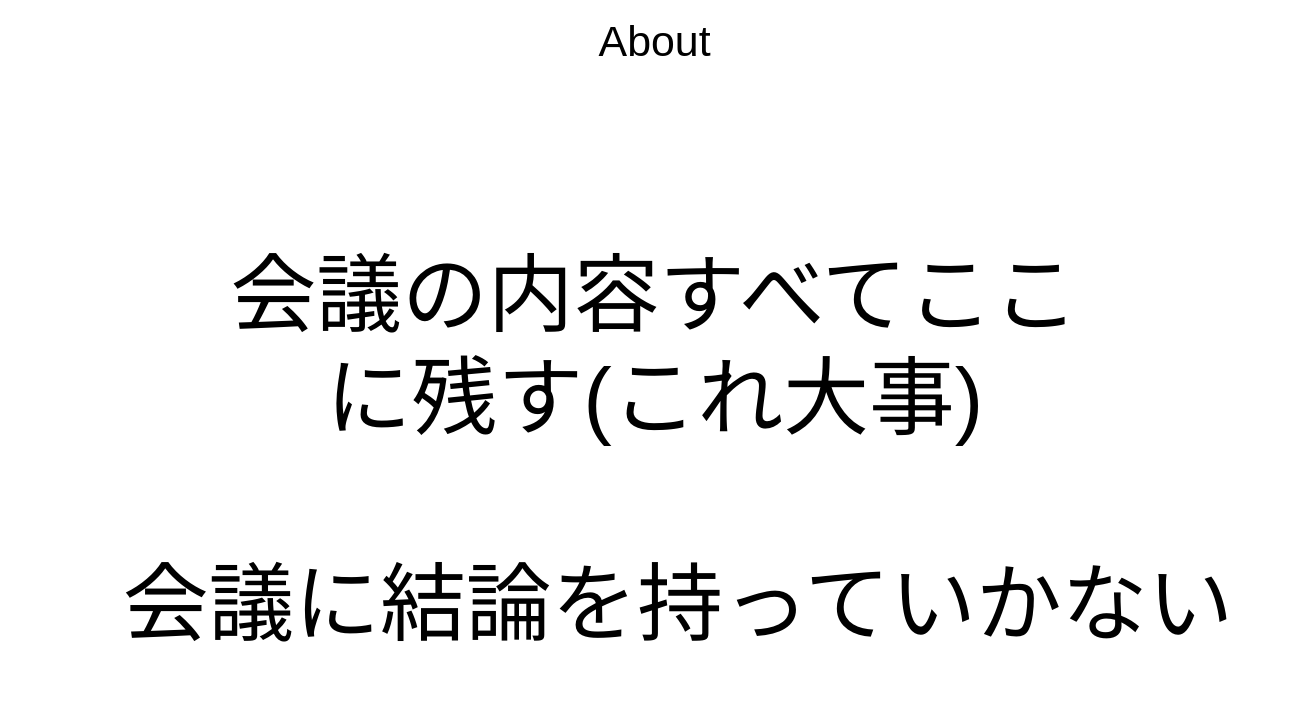
This is page "概要" (1 of 2) of Doc/会議ログ.drawio from 3doriTea/VRTea, a draw.io file, before an edit. Source tidied: cells renumbered, new cells numbered last; positions are measured from the earlier drawing's top-left corner, leaving out a move shared by most shapes. Both pictures are drawn from the tidied source at 67%, with x=0, y=0 at pixel (11, 11).
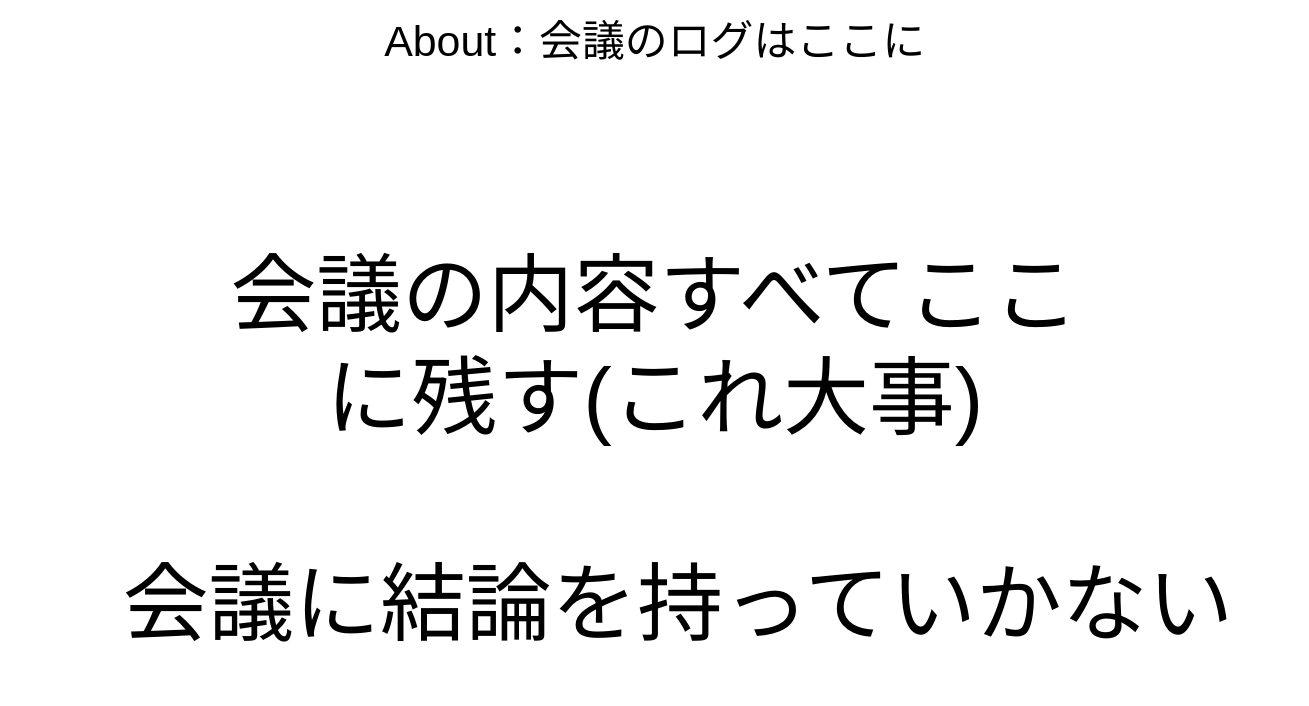
After the change.

Commit message (it also covers changes not shown here):
会議ログ.drawio を更新します

Change to the diagram source:
```diff
@@
 <mxGraphModel>
   <root>
     <mxCell id="0" />
     <mxCell id="1" parent="0" />
-    <mxCell id="2" value="About" style="text;html=1;whiteSpace=wrap;strokeColor=none;fillColor=none;align=center;verticalAlign=middle;rounded=0;fontFamily=Cascadia Code;fontSize=64;" parent="1" vertex="1">
+    <mxCell id="2" value="About：会議のログはここに" style="text;html=1;whiteSpace=wrap;strokeColor=none;fillColor=none;align=center;verticalAlign=middle;rounded=0;fontFamily=Cascadia Code;fontSize=64;" parent="1" vertex="1">
       <mxGeometry width="1920" height="90" as="geometry" />
     </mxCell>
     <mxCell id="3" value="会議の内容すべてここに残す(これ大事)" style="text;html=1;whiteSpace=wrap;strokeColor=none;fillColor=none;align=center;verticalAlign=middle;rounded=0;fontSize=128;" parent="1" vertex="1">
       <mxGeometry x="305" y="290" width="1310" height="420" as="geometry" />
     </mxCell>
     <mxCell id="4" value="会議に結論を持っていかない" style="text;html=1;whiteSpace=wrap;strokeColor=none;fillColor=none;align=center;verticalAlign=middle;rounded=0;fontSize=128;" parent="1" vertex="1">
       <mxGeometry x="120" y="750" width="1750" height="270" as="geometry" />
     </mxCell>
   </root>
 </mxGraphModel>
```
